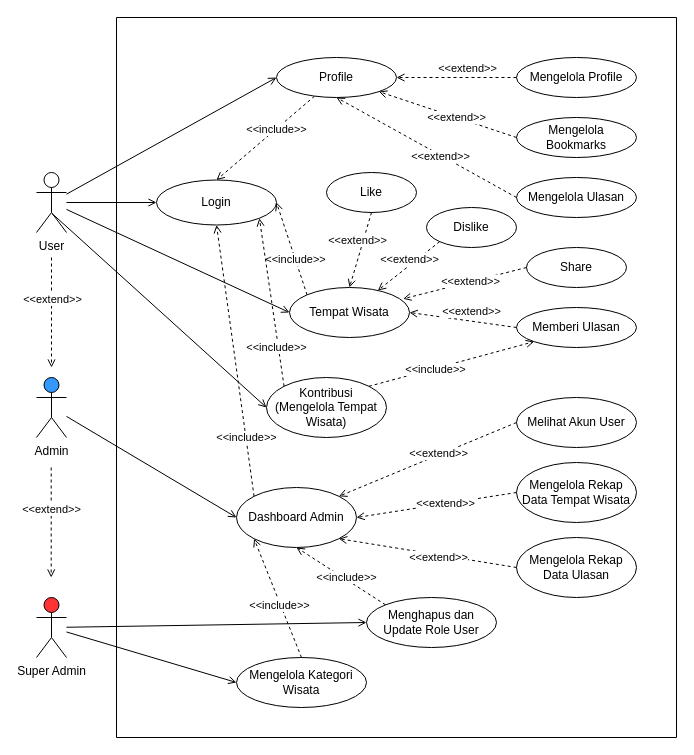
Before: docs/use-case.drawio in neszha/artour-android, a draw.io diagram. Source tidied: cells renumbered, new cells numbered last; positions are measured from the earlier drawing's top-left corner, leaving out a move shared by most shapes. Both pictures are drawn from the tidied source at 100%, with x=0, y=0 at pixel (36, 17).
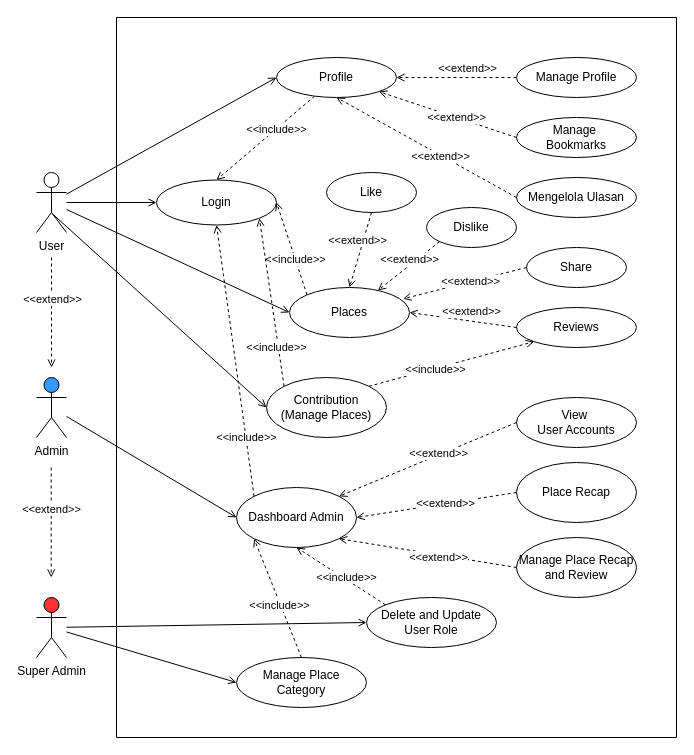
Above is the later version.

The change refers to these unchanged cells:
```xml
<mxCell id="5" style="swimlane;startSize=0;" parent="1" vertex="1">
  <mxGeometry x="80" width="560" height="720" as="geometry" />
</mxCell>
```

The edit, as a diff of the source:
```diff
@@
-    <mxCell id="10" value="Mengelola Profile" style="ellipse;whiteSpace=wrap;html=1;" parent="5" vertex="1">
+    <mxCell id="10" value="Manage Profile" style="ellipse;whiteSpace=wrap;html=1;" parent="5" vertex="1">
       <mxGeometry x="400" y="40" width="120" height="40" as="geometry" />
     </mxCell>
-    <mxCell id="11" value="Mengelola Bookmarks" style="ellipse;whiteSpace=wrap;html=1;" parent="5" vertex="1">
+    <mxCell id="11" value="Manage&amp;nbsp;&lt;div&gt;Bookmarks&lt;/div&gt;" style="ellipse;whiteSpace=wrap;html=1;" parent="5" vertex="1">
       <mxGeometry x="400" y="100" width="120" height="40" as="geometry" />
     </mxCell>
@@
-    <mxCell id="19" value="Tempat Wisata" style="ellipse;whiteSpace=wrap;html=1;" parent="5" vertex="1">
+    <mxCell id="19" value="Places" style="ellipse;whiteSpace=wrap;html=1;" parent="5" vertex="1">
       <mxGeometry x="173" y="270" width="120" height="50" as="geometry" />
     </mxCell>
@@
-    <mxCell id="25" value="Memberi Ulasan" style="ellipse;whiteSpace=wrap;html=1;" parent="5" vertex="1">
+    <mxCell id="25" value="Reviews" style="ellipse;whiteSpace=wrap;html=1;" parent="5" vertex="1">
       <mxGeometry x="400" y="290" width="120" height="40" as="geometry" />
     </mxCell>
@@
-    <mxCell id="35" value="Kontribusi&lt;div&gt;(Mengelola Tempat Wisata)&lt;/div&gt;" style="ellipse;whiteSpace=wrap;html=1;" parent="5" vertex="1">
+    <mxCell id="35" value="Contribution&lt;div&gt;(Manage Places)&lt;/div&gt;" style="ellipse;whiteSpace=wrap;html=1;" parent="5" vertex="1">
       <mxGeometry x="150" y="360" width="120" height="60" as="geometry" />
     </mxCell>
@@
-    <mxCell id="40" value="Melihat Akun User" style="ellipse;whiteSpace=wrap;html=1;" parent="5" vertex="1">
+    <mxCell id="40" value="View&amp;nbsp;&lt;div&gt;User Accounts&lt;/div&gt;" style="ellipse;whiteSpace=wrap;html=1;" parent="5" vertex="1">
       <mxGeometry x="400" y="380" width="120" height="50" as="geometry" />
     </mxCell>
-    <mxCell id="41" value="Mengelola Kategori Wisata" style="ellipse;whiteSpace=wrap;html=1;" parent="5" vertex="1">
+    <mxCell id="41" value="Manage Place Category" style="ellipse;whiteSpace=wrap;html=1;" parent="5" vertex="1">
       <mxGeometry x="120" y="640" width="130" height="50" as="geometry" />
     </mxCell>
-    <mxCell id="42" value="Mengelola Rekap Data Tempat Wisata" style="ellipse;whiteSpace=wrap;html=1;" parent="5" vertex="1">
+    <mxCell id="42" value="Place Recap" style="ellipse;whiteSpace=wrap;html=1;" parent="5" vertex="1">
       <mxGeometry x="400" y="445" width="120" height="60" as="geometry" />
     </mxCell>
-    <mxCell id="43" value="Mengelola Rekap Data Ulasan" style="ellipse;whiteSpace=wrap;html=1;" parent="5" vertex="1">
+    <mxCell id="43" value="Manage Place Recap and Review" style="ellipse;whiteSpace=wrap;html=1;" parent="5" vertex="1">
       <mxGeometry x="400" y="520" width="120" height="60" as="geometry" />
     </mxCell>
@@
-    <mxCell id="52" value="Menghapus dan Update Role User" style="ellipse;whiteSpace=wrap;html=1;" parent="5" vertex="1">
+    <mxCell id="52" value="Delete and Update User Role" style="ellipse;whiteSpace=wrap;html=1;" parent="5" vertex="1">
       <mxGeometry x="250" y="580" width="130" height="50" as="geometry" />
     </mxCell>
```
